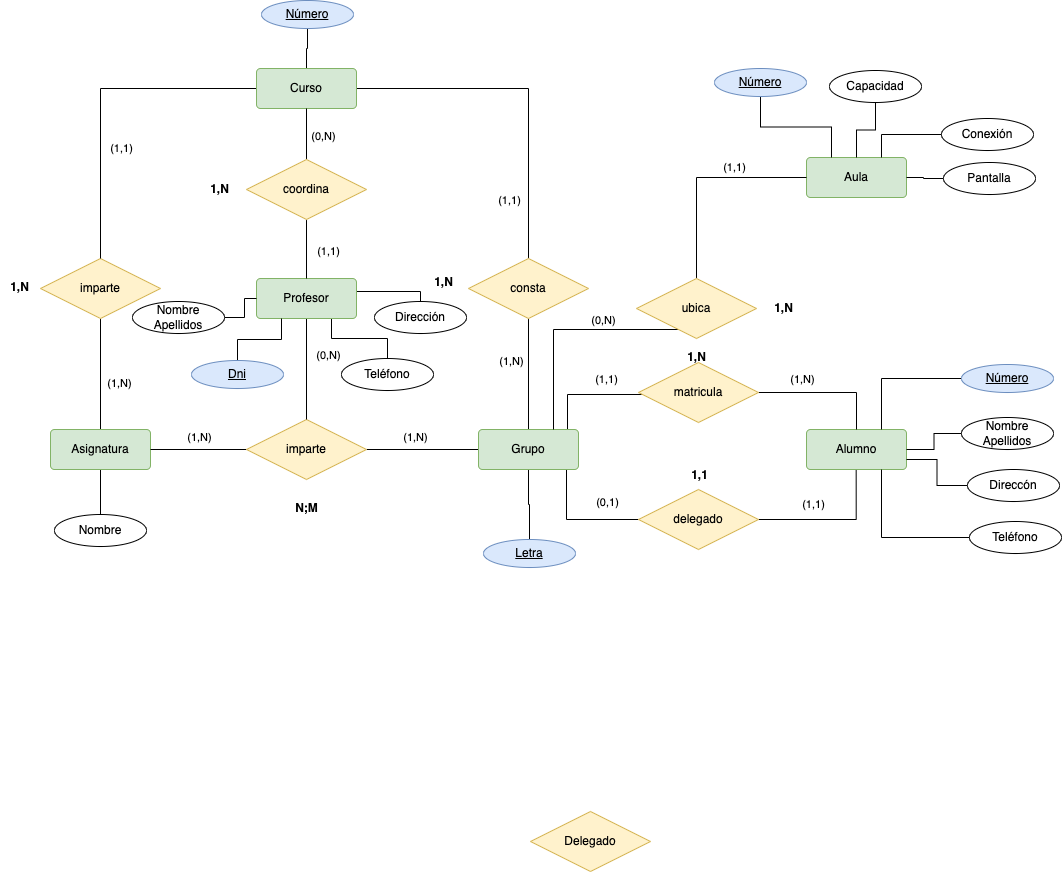
MoisesALH/base-datos keeps this draw.io diagram as ER/tareas/tarea12/img/docente-diagrama.drawio.png. Above is the earlier version. Source tidied: cells renumbered, new cells last; positions are measured from the earlier drawing's top-left corner, leaving out a move shared by most shapes.
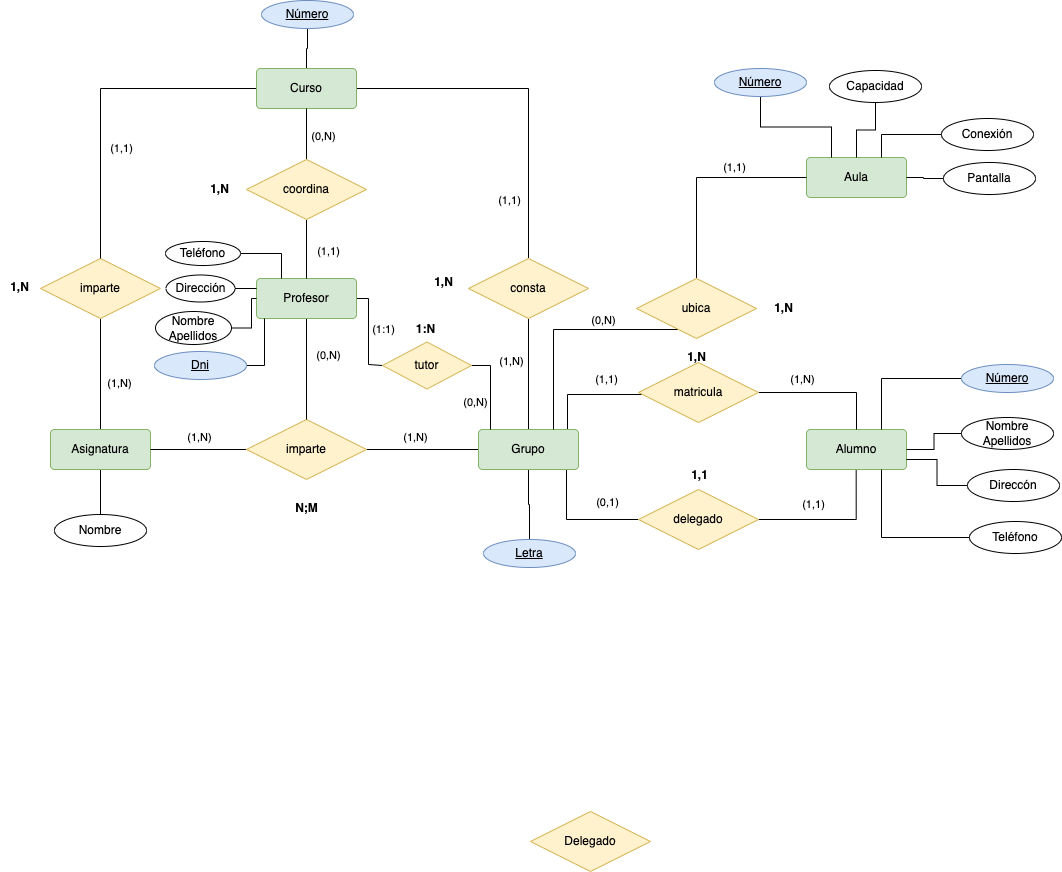
After the commit.

The edit, as a diff of the source:
```diff
@@ -109,17 +109,19 @@
         <mxPoint x="19" y="-8" as="offset" />
       </mxGeometry>
     </mxCell>
-    <mxCell id="29" style="edgeStyle=orthogonalEdgeStyle;rounded=0;jettySize=auto;html=1;entryX=0.5;entryY=0;entryDx=0;entryDy=0;endArrow=none;endFill=0;exitX=0.75;exitY=1;exitDx=0;exitDy=0;" parent="1" edge="1" source="31" target="80">
-      <mxGeometry relative="1" as="geometry" />
-    </mxCell>
-    <mxCell id="30" style="edgeStyle=orthogonalEdgeStyle;rounded=0;jettySize=auto;html=1;entryX=0.5;entryY=0;entryDx=0;entryDy=0;endArrow=none;endFill=0;" parent="1" edge="1" target="79">
-      <mxGeometry relative="1" as="geometry">
-        <mxPoint x="356" y="291" as="sourcePoint" />
-        <Array as="points">
-          <mxPoint x="420" y="291" />
-        </Array>
-      </mxGeometry>
-    </mxCell>
+    <mxCell id="82" style="edgeStyle=orthogonalEdgeStyle;rounded=0;jettySize=auto;html=1;entryX=0;entryY=0.5;entryDx=0;entryDy=0;endArrow=none;endFill=0;" parent="1" edge="1" source="31" target="88">
+      <mxGeometry relative="1" as="geometry">
+        <Array as="points">
+          <mxPoint x="368" y="298" />
+          <mxPoint x="368" y="364" />
+        </Array>
+      </mxGeometry>
+    </mxCell>
+    <mxCell id="83" value="(1:1)" style="edgeLabel;html=1;align=center;verticalAlign=middle;" parent="82" vertex="1">
+      <mxGeometry y="-2" relative="1" as="geometry">
+        <mxPoint x="16" y="-4" as="offset" />
+      </mxGeometry>
+    </mxCell>
     <mxCell id="31" value="Profesor" style="rounded=1;arcSize=10;whiteSpace=wrap;html=1;align=center;fillColor=#d5e8d4;strokeColor=#82b366;" parent="1" vertex="1">
       <mxGeometry x="256" y="278" width="100" height="40" as="geometry" />
     </mxCell>
@@ -274,26 +276,58 @@
     <mxCell id="74" value="&lt;b&gt;1,N&lt;/b&gt;" style="text;html=1;align=center;verticalAlign=middle;strokeColor=none;fillColor=none;" parent="1" vertex="1">
       <mxGeometry x="424" y="269" width="37" height="26" as="geometry" />
     </mxCell>
-    <mxCell id="75" style="edgeStyle=orthogonalEdgeStyle;rounded=0;jettySize=auto;html=1;entryX=0.25;entryY=1;entryDx=0;entryDy=0;endArrow=none;endFill=0;" parent="1" edge="1" source="76" target="31">
-      <mxGeometry relative="1" as="geometry" />
+    <mxCell id="75" style="edgeStyle=orthogonalEdgeStyle;rounded=0;jettySize=auto;html=1;endArrow=none;endFill=0;" parent="1" edge="1" source="76">
+      <mxGeometry relative="1" as="geometry">
+        <mxPoint x="264" y="318" as="targetPoint" />
+        <Array as="points">
+          <mxPoint x="264" y="365" />
+          <mxPoint x="264" y="318" />
+        </Array>
+      </mxGeometry>
     </mxCell>
     <mxCell id="76" value="Dni" style="ellipse;whiteSpace=wrap;html=1;align=center;fontStyle=4;fillColor=#dae8fc;strokeColor=#6c8ebf;" parent="1" vertex="1">
-      <mxGeometry x="191" y="360" width="92" height="28" as="geometry" />
+      <mxGeometry x="154" y="351" width="92" height="28" as="geometry" />
     </mxCell>
     <mxCell id="77" style="edgeStyle=orthogonalEdgeStyle;rounded=0;jettySize=auto;html=1;entryX=0;entryY=0.5;entryDx=0;entryDy=0;endArrow=none;endFill=0;" parent="1" edge="1" source="78" target="31">
       <mxGeometry relative="1" as="geometry" />
     </mxCell>
     <mxCell id="78" value="Nombre Apellidos" style="ellipse;whiteSpace=wrap;html=1;align=center;" parent="1" vertex="1">
-      <mxGeometry x="132" y="301" width="92" height="32" as="geometry" />
+      <mxGeometry x="155" y="311" width="76" height="33" as="geometry" />
     </mxCell>
+    <mxCell id="84" style="edgeStyle=orthogonalEdgeStyle;rounded=0;jettySize=auto;html=1;entryX=0;entryY=0.25;entryDx=0;entryDy=0;endArrow=none;endFill=0;" parent="1" edge="1" source="79" target="31">
+      <mxGeometry relative="1" as="geometry" />
+    </mxCell>
     <mxCell id="79" value="Dirección" style="ellipse;whiteSpace=wrap;html=1;align=center;" parent="1" vertex="1">
-      <mxGeometry x="374" y="301" width="92" height="32" as="geometry" />
+      <mxGeometry x="165.5" y="274.5" width="69" height="27" as="geometry" />
     </mxCell>
+    <mxCell id="85" style="edgeStyle=orthogonalEdgeStyle;rounded=0;jettySize=auto;html=1;entryX=0.25;entryY=0;entryDx=0;entryDy=0;endArrow=none;endFill=0;" parent="1" edge="1" source="80" target="31">
+      <mxGeometry relative="1" as="geometry" />
+    </mxCell>
     <mxCell id="80" value="Teléfono" style="ellipse;whiteSpace=wrap;html=1;align=center;" parent="1" vertex="1">
-      <mxGeometry x="341" y="358" width="92" height="32" as="geometry" />
+      <mxGeometry x="165" y="241" width="75" height="24" as="geometry" />
     </mxCell>
     <mxCell id="81" value="Letra" style="ellipse;whiteSpace=wrap;html=1;align=center;fontStyle=4;fillColor=#dae8fc;strokeColor=#6c8ebf;" parent="1" vertex="1">
       <mxGeometry x="483" y="539" width="92" height="28" as="geometry" />
     </mxCell>
+    <mxCell id="86" style="edgeStyle=orthogonalEdgeStyle;rounded=0;jettySize=auto;html=1;endArrow=none;endFill=0;" parent="1" edge="1" source="88">
+      <mxGeometry relative="1" as="geometry">
+        <mxPoint x="490" y="429" as="targetPoint" />
+        <Array as="points">
+          <mxPoint x="490" y="365" />
+          <mxPoint x="490" y="429" />
+        </Array>
+      </mxGeometry>
+    </mxCell>
+    <mxCell id="87" value="(0,N)" style="edgeLabel;html=1;align=center;verticalAlign=middle;" parent="86" vertex="1">
+      <mxGeometry x="-0.13" relative="1" as="geometry">
+        <mxPoint x="-16" y="19" as="offset" />
+      </mxGeometry>
+    </mxCell>
+    <mxCell id="88" value="tutor" style="shape=rhombus;perimeter=rhombusPerimeter;whiteSpace=wrap;html=1;align=center;fillColor=#fff2cc;strokeColor=#d6b656;" parent="1" vertex="1">
+      <mxGeometry x="382" y="341.5" width="89" height="47" as="geometry" />
+    </mxCell>
+    <mxCell id="89" value="&lt;b&gt;1:N&lt;/b&gt;" style="text;html=1;align=center;verticalAlign=middle;strokeColor=none;fillColor=none;" parent="1" vertex="1">
+      <mxGeometry x="406" y="315.5" width="37" height="26" as="geometry" />
+    </mxCell>
   </root>
 </mxGraphModel>
```
